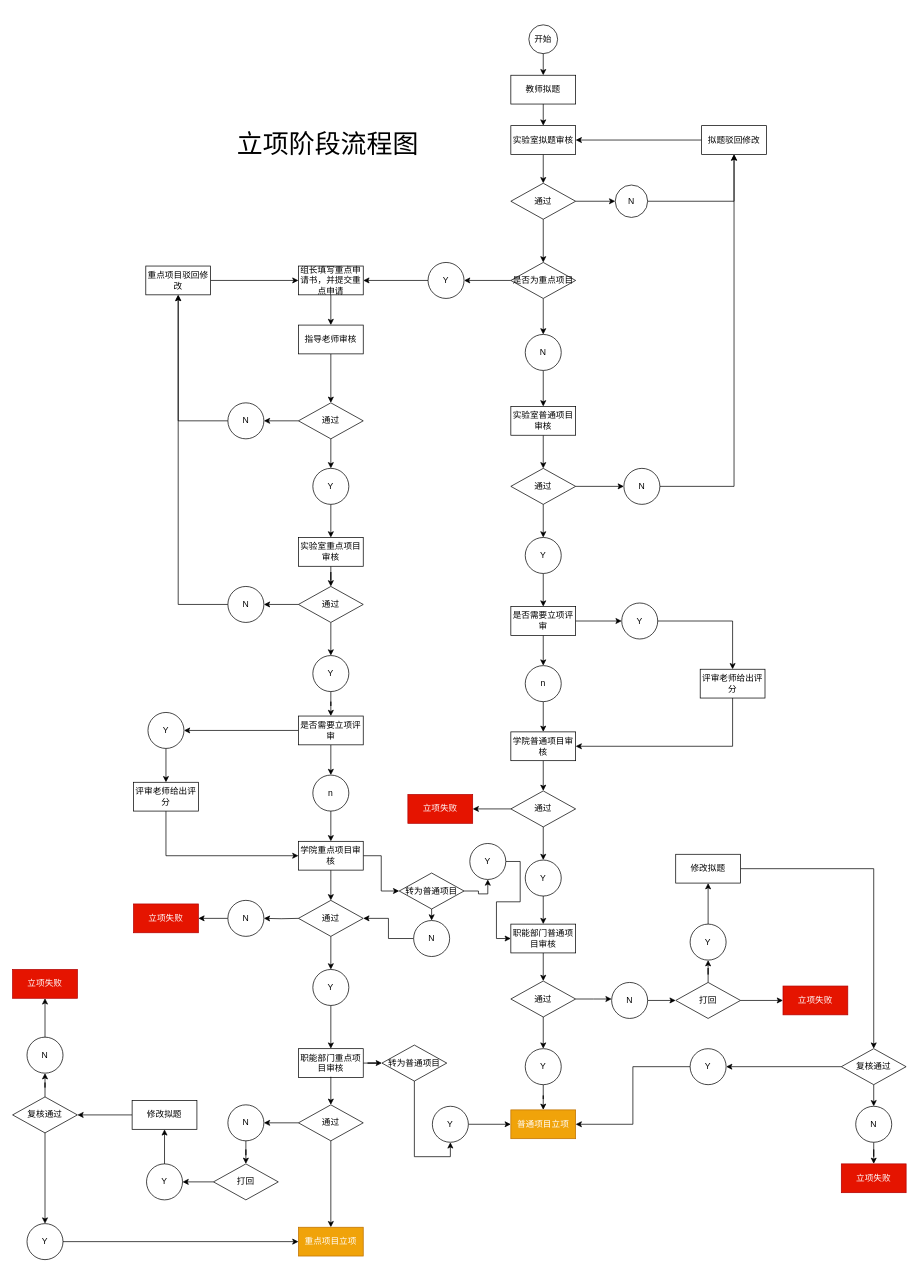
The draw.io diagram 开放实验流程图.drawio in zty200329/liuchengtu, before the edit. Source tidied: cells renumbered, new cells numbered last; positions are measured from the earlier drawing's top-left corner, leaving out a move shared by most shapes. Both pictures are drawn from the tidied source at 72%, with x=0, y=0 at pixel (12, 24).
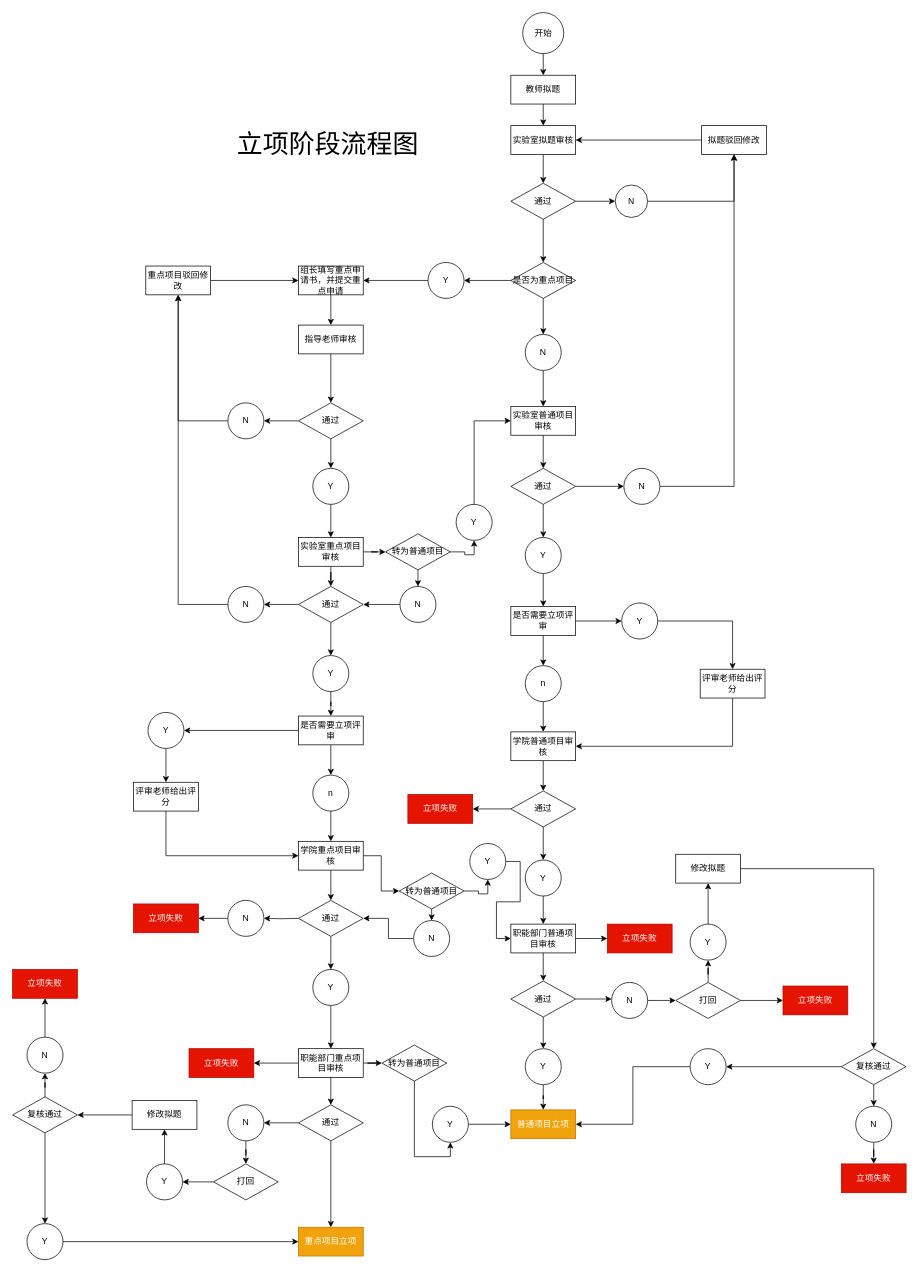
The same diagram, later.

Commit message:
更新开放实验流程图.drawio

The change refers to these unchanged cells:
```xml
<mxCell id="25" value="实验室普通项目审核" style="rounded=0;whiteSpace=wrap;html=1;" parent="1" vertex="1">
  <mxGeometry x="692" y="530" width="90" height="40" as="geometry" />
</mxCell>
<mxCell id="51" value="职能部门普通项目审核" style="rounded=0;whiteSpace=wrap;html=1;" parent="1" vertex="1">
  <mxGeometry x="692" y="1249" width="90" height="40" as="geometry" />
</mxCell>
<mxCell id="88" value="实验室重点项目审核" style="rounded=0;whiteSpace=wrap;html=1;" parent="1" vertex="1">
  <mxGeometry x="397" y="712" width="90" height="40" as="geometry" />
</mxCell>
<mxCell id="91" value="通过" style="rhombus;whiteSpace=wrap;html=1;" parent="1" vertex="1">
  <mxGeometry x="397" y="780" width="90" height="50" as="geometry" />
</mxCell>
<mxCell id="124" value="职能部门重点项目审核" style="rounded=0;whiteSpace=wrap;html=1;" parent="1" vertex="1">
  <mxGeometry x="397" y="1422" width="90" height="40" as="geometry" />
</mxCell>
```

The edit, as a diff of the source:
```diff
@@
     <mxCell id="2" value="开始" style="ellipse;whiteSpace=wrap;html=1;" parent="1" vertex="1">
-      <mxGeometry x="717" width="40" height="40" as="geometry" />
+      <mxGeometry x="708.5" y="-17" width="57" height="57" as="geometry" />
     </mxCell>
@@
+    <mxCell id="151" style="edgeStyle=orthogonalEdgeStyle;rounded=0;jettySize=auto;html=1;exitX=1;exitY=0.5;exitDx=0;exitDy=0;entryX=0;entryY=0.5;entryDx=0;entryDy=0;" parent="1" edge="1" source="51" target="154">
+      <mxGeometry relative="1" as="geometry" />
+    </mxCell>
@@
+    <mxCell id="152" style="edgeStyle=orthogonalEdgeStyle;rounded=0;jettySize=auto;html=1;" parent="1" edge="1" source="88" target="158">
+      <mxGeometry relative="1" as="geometry" />
+    </mxCell>
@@
+    <mxCell id="153" style="edgeStyle=orthogonalEdgeStyle;rounded=0;jettySize=auto;html=1;" parent="1" edge="1" source="124" target="155">
+      <mxGeometry relative="1" as="geometry" />
+    </mxCell>
@@
+    <mxCell id="154" value="立项失败" style="rounded=0;whiteSpace=wrap;html=1;fillColor=#e51400;strokeColor=#B20000;fontColor=#ffffff;" parent="1" vertex="1">
+      <mxGeometry x="826" y="1249" width="90" height="40" as="geometry" />
+    </mxCell>
+    <mxCell id="155" value="立项失败" style="rounded=0;whiteSpace=wrap;html=1;fillColor=#e51400;strokeColor=#B20000;fontColor=#ffffff;" parent="1" vertex="1">
+      <mxGeometry x="245" y="1422" width="90" height="40" as="geometry" />
+    </mxCell>
+    <mxCell id="156" style="edgeStyle=orthogonalEdgeStyle;rounded=0;jettySize=auto;html=1;entryX=0.5;entryY=1;entryDx=0;entryDy=0;" parent="1" edge="1" source="158" target="160">
+      <mxGeometry relative="1" as="geometry" />
+    </mxCell>
+    <mxCell id="157" style="edgeStyle=orthogonalEdgeStyle;rounded=0;jettySize=auto;html=1;exitX=0.5;exitY=1;exitDx=0;exitDy=0;entryX=0.5;entryY=0;entryDx=0;entryDy=0;" parent="1" edge="1" source="158" target="162">
+      <mxGeometry relative="1" as="geometry" />
+    </mxCell>
+    <mxCell id="158" value="转为普通项目" style="rhombus;whiteSpace=wrap;html=1;" parent="1" vertex="1">
+      <mxGeometry x="518" y="707" width="90" height="50" as="geometry" />
+    </mxCell>
+    <mxCell id="159" style="edgeStyle=orthogonalEdgeStyle;rounded=0;jettySize=auto;html=1;entryX=0;entryY=0.5;entryDx=0;entryDy=0;" parent="1" edge="1" source="160" target="25">
+      <mxGeometry relative="1" as="geometry">
+        <Array as="points">
+          <mxPoint x="641" y="550" />
+        </Array>
+      </mxGeometry>
+    </mxCell>
+    <mxCell id="160" value="Y" style="ellipse;whiteSpace=wrap;html=1;" parent="1" vertex="1">
+      <mxGeometry x="616" y="666" width="50" height="50" as="geometry" />
+    </mxCell>
+    <mxCell id="161" style="edgeStyle=orthogonalEdgeStyle;rounded=0;jettySize=auto;html=1;entryX=1;entryY=0.5;entryDx=0;entryDy=0;" parent="1" edge="1" source="162" target="91">
+      <mxGeometry relative="1" as="geometry" />
+    </mxCell>
+    <mxCell id="162" value="N" style="ellipse;whiteSpace=wrap;html=1;" parent="1" vertex="1">
+      <mxGeometry x="538" y="780" width="50" height="50" as="geometry" />
+    </mxCell>
```
